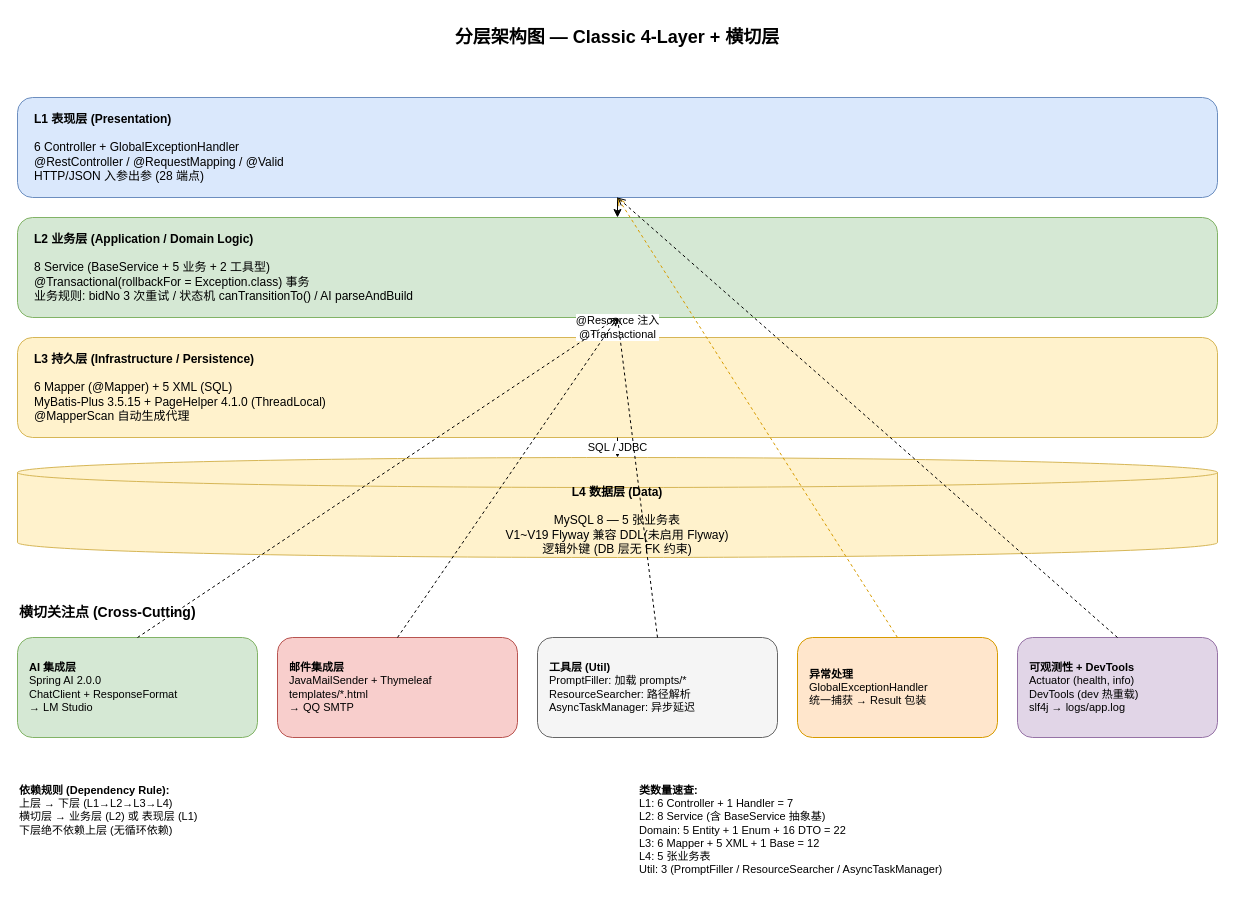
Above: page "4-Layered Architecture" (4 of 6) of docs/architecture-diagram.drawio in Jianshi-Lu/smart-bid-platform-be (draw.io), before the change. Source tidied: cells renumbered, new cells numbered last; positions are measured from the earlier drawing's top-left corner, leaving out a move shared by most shapes. Both pictures are drawn from the tidied source at 100%, with x=0, y=0 at pixel (17, 17).
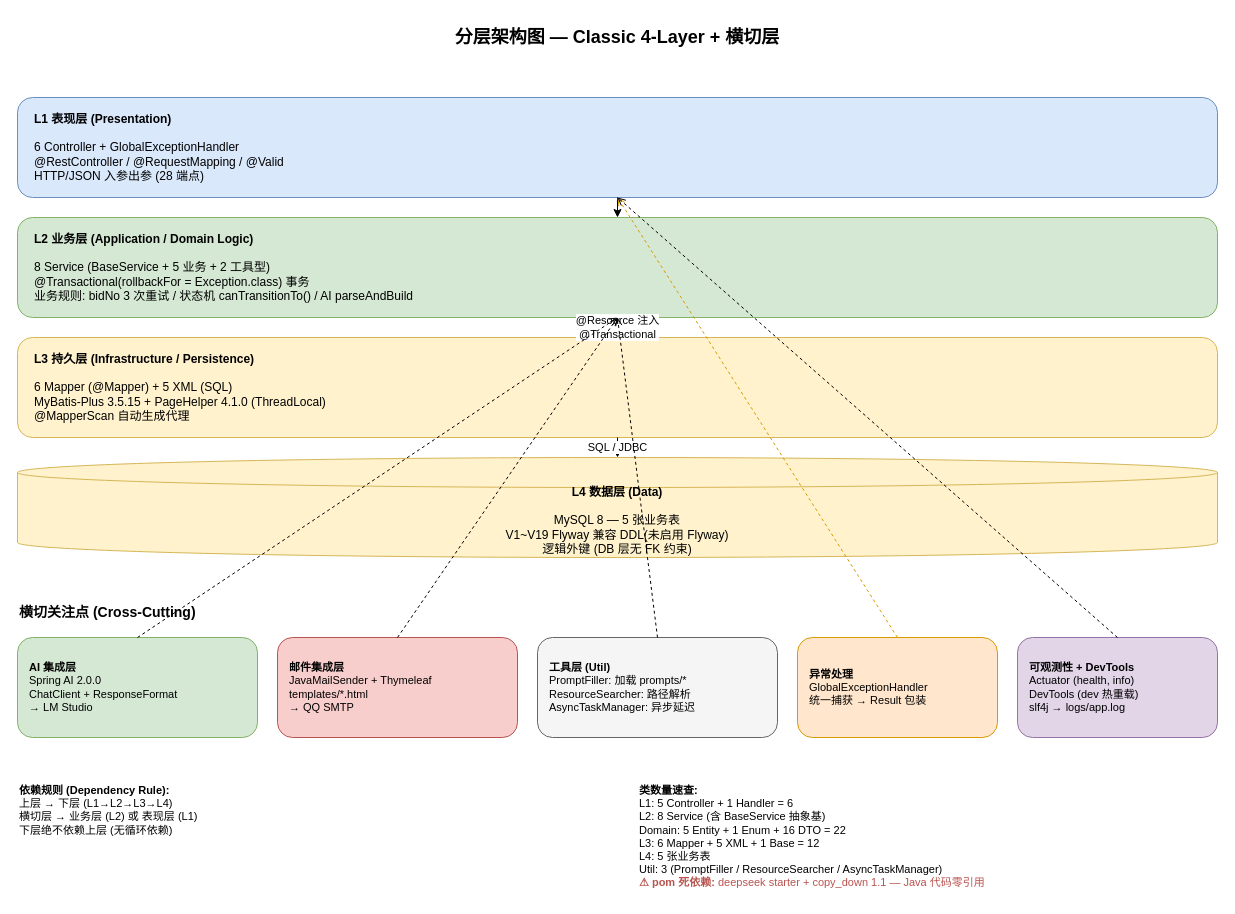
After the change.

What changed in the source:
```diff
@@
-    <mxCell id="22" value="&lt;b&gt;类数量速查:&lt;/b&gt;&lt;br&gt;  L1: 6 Controller + 1 Handler = 7&lt;br&gt;  L2: 8 Service (含 BaseService 抽象基)&lt;br&gt;  Domain: 5 Entity + 1 Enum + 16 DTO = 22&lt;br&gt;  L3: 6 Mapper + 5 XML + 1 Base = 12&lt;br&gt;  L4: 5 张业务表&#10;  Util: 3 (PromptFiller / ResourceSearcher / AsyncTaskManager)" style="text;html=1;strokeColor=none;fillColor=none;align=left;fontSize=11;verticalAlign=top;" parent="1" vertex="1">
+    <mxCell id="22" value="&lt;b&gt;类数量速查:&lt;/b&gt;&lt;br&gt;  L1: 5 Controller + 1 Handler = 6&lt;br&gt;  L2: 8 Service (含 BaseService 抽象基)&lt;br&gt;  Domain: 5 Entity + 1 Enum + 16 DTO = 22&lt;br&gt;  L3: 6 Mapper + 5 XML + 1 Base = 12&lt;br&gt;  L4: 5 张业务表&#10;  Util: 3 (PromptFiller / ResourceSearcher / AsyncTaskManager)&#10;  &lt;font color=&quot;#b85450&quot;&gt;&lt;b&gt;⚠ pom 死依赖:&lt;/b&gt;&lt;/font&gt;&lt;font color=&quot;#b85450&quot;&gt; deepseek starter + copy_down 1.1 — Java 代码零引用&lt;/font&gt;" style="text;html=1;strokeColor=none;fillColor=none;align=left;fontSize=11;verticalAlign=top;" parent="1" vertex="1">
       <mxGeometry x="620" y="760" width="580" height="120" as="geometry" />
     </mxCell>
```
